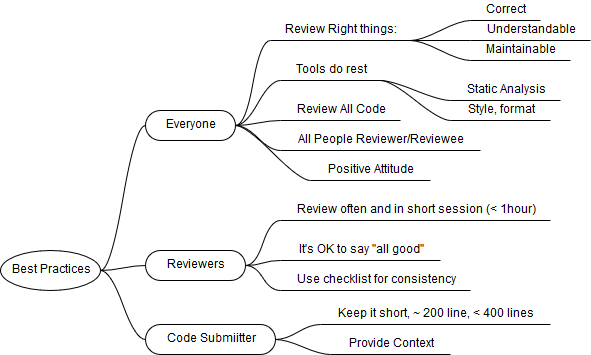
Earlier version of the draw.io export coder/images/codereview.png (kevin-wang-cy/ibala). Source tidied: cells renumbered, new cells last; positions are measured from the earlier drawing's top-left corner, leaving out a move shared by most shapes. Source of this version:
```xml
<mxGraphModel background="#ffffff">
  <root>
    <mxCell id="0" />
    <mxCell id="1" parent="0" />
    <mxCell id="2" value="Best Practices" style="ellipse;whiteSpace=wrap;html=1;align=center;" parent="1" vertex="1">
      <mxGeometry y="250" width="100" height="40" as="geometry" />
    </mxCell>
    <mxCell id="3" value="Everyone" style="whiteSpace=wrap;html=1;rounded=1;arcSize=50;align=center;verticalAlign=middle;strokeWidth=1;spacing=4;" parent="1" vertex="1">
      <mxGeometry x="145" y="110" width="90" height="30" as="geometry" />
    </mxCell>
    <mxCell id="4" style="edgeStyle=entityRelationEdgeStyle;startArrow=none;endArrow=none;segment=10;curved=1;exitX=1;exitY=0.5;" parent="1" edge="1" source="2" target="3">
      <mxGeometry relative="1" as="geometry" />
    </mxCell>
    <mxCell id="5" value="Review Right things:" style="whiteSpace=wrap;html=1;shape=partialRectangle;top=0;left=0;bottom=1;right=0;points=[[0,1],[1,1]];strokeColor=#000000;fillColor=none;align=center;verticalAlign=bottom;routingCenterY=0.5;snapToPoint=1;" parent="1" vertex="1">
      <mxGeometry x="270" y="20" width="140" height="20" as="geometry" />
    </mxCell>
    <mxCell id="6" style="edgeStyle=entityRelationEdgeStyle;startArrow=none;endArrow=none;segment=10;curved=1;exitX=1;exitY=0.5;" parent="1" edge="1" source="3" target="5">
      <mxGeometry relative="1" as="geometry" />
    </mxCell>
    <mxCell id="7" value="Correct" style="whiteSpace=wrap;html=1;shape=partialRectangle;top=0;left=0;bottom=1;right=0;points=[[0,1],[1,1]];strokeColor=#000000;fillColor=none;align=center;verticalAlign=bottom;routingCenterY=0.5;snapToPoint=1;" parent="1" vertex="1">
      <mxGeometry x="470" width="70" height="20" as="geometry" />
    </mxCell>
    <mxCell id="8" style="edgeStyle=entityRelationEdgeStyle;startArrow=none;endArrow=none;segment=10;curved=1;exitX=1;exitY=1;" parent="1" edge="1" source="5" target="7">
      <mxGeometry relative="1" as="geometry" />
    </mxCell>
    <mxCell id="9" value="Understandable" style="whiteSpace=wrap;html=1;shape=partialRectangle;top=0;left=0;bottom=1;right=0;points=[[0,1],[1,1]];strokeColor=#000000;fillColor=none;align=center;verticalAlign=bottom;routingCenterY=0.5;snapToPoint=1;" parent="1" vertex="1">
      <mxGeometry x="470" y="20" width="120" height="20" as="geometry" />
    </mxCell>
    <mxCell id="10" style="edgeStyle=entityRelationEdgeStyle;startArrow=none;endArrow=none;segment=10;curved=1;exitX=1;exitY=1;" parent="1" edge="1" source="5" target="9">
      <mxGeometry relative="1" as="geometry" />
    </mxCell>
    <mxCell id="11" value="Maintainable" style="whiteSpace=wrap;html=1;shape=partialRectangle;top=0;left=0;bottom=1;right=0;points=[[0,1],[1,1]];strokeColor=#000000;fillColor=none;align=center;verticalAlign=bottom;routingCenterY=0.5;snapToPoint=1;" parent="1" vertex="1">
      <mxGeometry x="470" y="40" width="100" height="20" as="geometry" />
    </mxCell>
    <mxCell id="12" style="edgeStyle=entityRelationEdgeStyle;startArrow=none;endArrow=none;segment=10;curved=1;" parent="1" edge="1" source="5" target="11">
      <mxGeometry relative="1" as="geometry" />
    </mxCell>
    <mxCell id="13" value="Tools do rest" style="whiteSpace=wrap;html=1;shape=partialRectangle;top=0;left=0;bottom=1;right=0;points=[[0,1],[1,1]];strokeColor=#000000;fillColor=none;align=center;verticalAlign=bottom;routingCenterY=0.5;snapToPoint=1;" parent="1" vertex="1">
      <mxGeometry x="280" y="60" width="100" height="20" as="geometry" />
    </mxCell>
    <mxCell id="14" style="edgeStyle=entityRelationEdgeStyle;startArrow=none;endArrow=none;segment=10;curved=1;exitX=1;exitY=0.5;" parent="1" edge="1" source="3" target="13">
      <mxGeometry relative="1" as="geometry" />
    </mxCell>
    <mxCell id="15" value="Style, format" style="whiteSpace=wrap;html=1;shape=partialRectangle;top=0;left=0;bottom=1;right=0;points=[[0,1],[1,1]];strokeColor=#000000;fillColor=none;align=center;verticalAlign=bottom;routingCenterY=0.5;snapToPoint=1;" parent="1" vertex="1">
      <mxGeometry x="450" y="100" width="100" height="20" as="geometry" />
    </mxCell>
    <mxCell id="16" style="edgeStyle=entityRelationEdgeStyle;startArrow=none;endArrow=none;segment=10;curved=1;exitX=1;exitY=1;" parent="1" edge="1" source="13" target="15">
      <mxGeometry relative="1" as="geometry" />
    </mxCell>
    <mxCell id="17" value="Static Analysis" style="whiteSpace=wrap;html=1;shape=partialRectangle;top=0;left=0;bottom=1;right=0;points=[[0,1],[1,1]];strokeColor=#000000;fillColor=none;align=center;verticalAlign=bottom;routingCenterY=0.5;snapToPoint=1;" parent="1" vertex="1">
      <mxGeometry x="450" y="80" width="110" height="20" as="geometry" />
    </mxCell>
    <mxCell id="18" style="edgeStyle=entityRelationEdgeStyle;startArrow=none;endArrow=none;segment=10;curved=1;exitX=1;exitY=1;" parent="1" edge="1" source="13" target="17">
      <mxGeometry relative="1" as="geometry" />
    </mxCell>
    <mxCell id="19" value="Review All Code" style="whiteSpace=wrap;html=1;shape=partialRectangle;top=0;left=0;bottom=1;right=0;points=[[0,1],[1,1]];strokeColor=#000000;fillColor=none;align=center;verticalAlign=bottom;routingCenterY=0.5;snapToPoint=1;" parent="1" vertex="1">
      <mxGeometry x="280" y="100" width="120" height="20" as="geometry" />
    </mxCell>
    <mxCell id="20" style="edgeStyle=entityRelationEdgeStyle;startArrow=none;endArrow=none;segment=10;curved=1;exitX=1;exitY=0.5;" parent="1" edge="1" source="3" target="19">
      <mxGeometry relative="1" as="geometry" />
    </mxCell>
    <mxCell id="21" value="All People Reviewer/Reviewee" style="whiteSpace=wrap;html=1;shape=partialRectangle;top=0;left=0;bottom=1;right=0;points=[[0,1],[1,1]];strokeColor=#000000;fillColor=none;align=center;verticalAlign=bottom;routingCenterY=0.5;snapToPoint=1;" parent="1" vertex="1">
      <mxGeometry x="280" y="130" width="200" height="20" as="geometry" />
    </mxCell>
    <mxCell id="22" style="edgeStyle=entityRelationEdgeStyle;startArrow=none;endArrow=none;segment=10;curved=1;exitX=1;exitY=0.5;" parent="1" edge="1" source="3" target="21">
      <mxGeometry relative="1" as="geometry" />
    </mxCell>
    <mxCell id="23" value="Positive Attitude" style="whiteSpace=wrap;html=1;shape=partialRectangle;top=0;left=0;bottom=1;right=0;points=[[0,1],[1,1]];strokeColor=#000000;fillColor=none;align=center;verticalAlign=bottom;routingCenterY=0.5;snapToPoint=1;" parent="1" vertex="1">
      <mxGeometry x="310" y="160" width="120" height="20" as="geometry" />
    </mxCell>
    <mxCell id="24" style="edgeStyle=entityRelationEdgeStyle;startArrow=none;endArrow=none;segment=10;curved=1;exitX=1;exitY=0.5;" parent="1" edge="1" source="3" target="23">
      <mxGeometry relative="1" as="geometry" />
    </mxCell>
    <mxCell id="25" value="Reviewers" style="whiteSpace=wrap;html=1;rounded=1;arcSize=50;align=center;verticalAlign=middle;strokeWidth=1;spacing=4;" parent="1" vertex="1">
      <mxGeometry x="145" y="250" width="100" height="30" as="geometry" />
    </mxCell>
    <mxCell id="26" style="edgeStyle=entityRelationEdgeStyle;startArrow=none;endArrow=none;segment=10;curved=1;exitX=1;exitY=0.5;" parent="1" edge="1" source="2" target="25">
      <mxGeometry relative="1" as="geometry" />
    </mxCell>
    <mxCell id="27" value="Review often and in short session (&amp;lt; 1hour)" style="whiteSpace=wrap;html=1;shape=partialRectangle;top=0;left=0;bottom=1;right=0;points=[[0,1],[1,1]];strokeColor=#000000;fillColor=none;align=center;verticalAlign=bottom;routingCenterY=0.5;snapToPoint=1;" parent="1" vertex="1">
      <mxGeometry x="280" y="200" width="270" height="20" as="geometry" />
    </mxCell>
    <mxCell id="28" style="edgeStyle=entityRelationEdgeStyle;startArrow=none;endArrow=none;segment=10;curved=1;exitX=1;exitY=0.5;" parent="1" edge="1" source="25" target="27">
      <mxGeometry relative="1" as="geometry" />
    </mxCell>
    <mxCell id="29" value="It's OK to say &quot;all good&quot;" style="whiteSpace=wrap;html=1;shape=partialRectangle;top=0;left=0;bottom=1;right=0;points=[[0,1],[1,1]];strokeColor=#000000;fillColor=none;align=center;verticalAlign=bottom;routingCenterY=0.5;snapToPoint=1;" parent="1" vertex="1">
      <mxGeometry x="280" y="240" width="160" height="20" as="geometry" />
    </mxCell>
    <mxCell id="30" style="edgeStyle=entityRelationEdgeStyle;startArrow=none;endArrow=none;segment=10;curved=1;exitX=1;exitY=0.5;" parent="1" edge="1" source="25" target="29">
      <mxGeometry relative="1" as="geometry" />
    </mxCell>
    <mxCell id="31" value="Use checklist for consistency" style="whiteSpace=wrap;html=1;shape=partialRectangle;top=0;left=0;bottom=1;right=0;points=[[0,1],[1,1]];strokeColor=#000000;fillColor=none;align=center;verticalAlign=bottom;routingCenterY=0.5;snapToPoint=1;" parent="1" vertex="1">
      <mxGeometry x="280" y="270" width="190" height="20" as="geometry" />
    </mxCell>
    <mxCell id="32" style="edgeStyle=entityRelationEdgeStyle;startArrow=none;endArrow=none;segment=10;curved=1;exitX=1;exitY=0.5;" parent="1" edge="1" source="25" target="31">
      <mxGeometry relative="1" as="geometry" />
    </mxCell>
    <mxCell id="33" value="Code Submiitter" style="whiteSpace=wrap;html=1;rounded=1;arcSize=50;align=center;verticalAlign=middle;strokeWidth=1;spacing=4;" parent="1" vertex="1">
      <mxGeometry x="145" y="324" width="130" height="30" as="geometry" />
    </mxCell>
    <mxCell id="34" style="edgeStyle=entityRelationEdgeStyle;startArrow=none;endArrow=none;segment=10;curved=1;exitX=1;exitY=0.5;" parent="1" edge="1" source="2" target="33">
      <mxGeometry relative="1" as="geometry" />
    </mxCell>
    <mxCell id="35" value="Keep it short, ~ 200 line, &amp;lt; 400 lines" style="whiteSpace=wrap;html=1;shape=partialRectangle;top=0;left=0;bottom=1;right=0;points=[[0,1],[1,1]];strokeColor=#000000;fillColor=none;align=center;verticalAlign=bottom;routingCenterY=0.5;snapToPoint=1;" parent="1" vertex="1">
      <mxGeometry x="320" y="304" width="230" height="20" as="geometry" />
    </mxCell>
    <mxCell id="36" style="edgeStyle=entityRelationEdgeStyle;startArrow=none;endArrow=none;segment=10;curved=1;exitX=1;exitY=0.5;" parent="1" edge="1" source="33" target="35">
      <mxGeometry relative="1" as="geometry" />
    </mxCell>
    <mxCell id="37" value="Provide Context" style="whiteSpace=wrap;html=1;shape=partialRectangle;top=0;left=0;bottom=1;right=0;points=[[0,1],[1,1]];strokeColor=#000000;fillColor=none;align=center;verticalAlign=bottom;routingCenterY=0.5;snapToPoint=1;" parent="1" vertex="1">
      <mxGeometry x="330" y="334" width="120" height="20" as="geometry" />
    </mxCell>
    <mxCell id="38" style="edgeStyle=entityRelationEdgeStyle;startArrow=none;endArrow=none;segment=10;curved=1;exitX=1;exitY=0.5;" parent="1" edge="1" source="33" target="37">
      <mxGeometry relative="1" as="geometry" />
    </mxCell>
  </root>
</mxGraphModel>
```
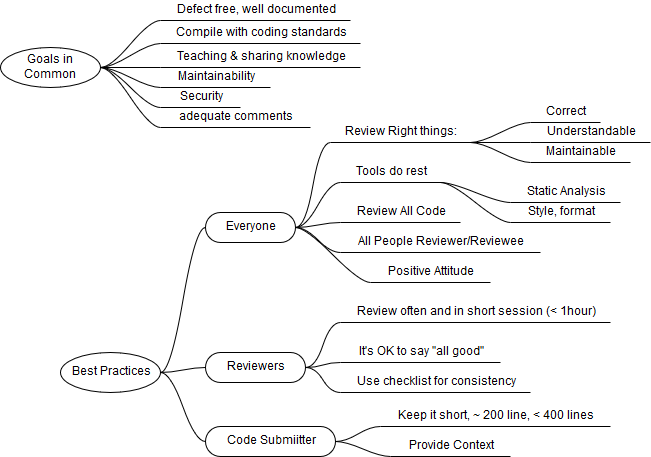
The same diagram one commit later.

The edit, as a diff of the source:
```diff
@@ -113,5 +113,44 @@
     <mxCell id="38" style="edgeStyle=entityRelationEdgeStyle;startArrow=none;endArrow=none;segment=10;curved=1;exitX=1;exitY=0.5;" parent="1" edge="1" source="33" target="37">
       <mxGeometry relative="1" as="geometry" />
     </mxCell>
+    <mxCell id="39" value="Goals in Common" style="ellipse;whiteSpace=wrap;html=1;align=center;" parent="1" vertex="1">
+      <mxGeometry x="-60" y="-55" width="100" height="40" as="geometry" />
+    </mxCell>
+    <mxCell id="40" value="Defect free, well documented " style="whiteSpace=wrap;html=1;shape=partialRectangle;top=0;left=0;bottom=1;right=0;points=[[0,1],[1,1]];strokeColor=#000000;fillColor=none;align=center;verticalAlign=bottom;routingCenterY=0.5;snapToPoint=1;" parent="1" vertex="1">
+      <mxGeometry x="100" y="-102" width="190" height="20" as="geometry" />
+    </mxCell>
+    <mxCell id="41" style="edgeStyle=entityRelationEdgeStyle;startArrow=none;endArrow=none;segment=10;curved=1;exitX=1;exitY=0.5;" parent="1" edge="1" source="39" target="40">
+      <mxGeometry relative="1" as="geometry" />
+    </mxCell>
+    <mxCell id="42" value="Compile with coding standards" style="whiteSpace=wrap;html=1;shape=partialRectangle;top=0;left=0;bottom=1;right=0;points=[[0,1],[1,1]];strokeColor=#000000;fillColor=none;align=center;verticalAlign=bottom;routingCenterY=0.5;snapToPoint=1;" parent="1" vertex="1">
+      <mxGeometry x="100" y="-79" width="200" height="20" as="geometry" />
+    </mxCell>
+    <mxCell id="43" style="edgeStyle=entityRelationEdgeStyle;startArrow=none;endArrow=none;segment=10;curved=1;exitX=1;exitY=0.5;" parent="1" edge="1" source="39" target="42">
+      <mxGeometry relative="1" as="geometry" />
+    </mxCell>
+    <mxCell id="44" value="Teaching &amp;amp; sharing knowledge" style="whiteSpace=wrap;html=1;shape=partialRectangle;top=0;left=0;bottom=1;right=0;points=[[0,1],[1,1]];strokeColor=#000000;fillColor=none;align=center;verticalAlign=bottom;routingCenterY=0.5;snapToPoint=1;" parent="1" vertex="1">
+      <mxGeometry x="100" y="-55" width="200" height="20" as="geometry" />
+    </mxCell>
+    <mxCell id="45" style="edgeStyle=entityRelationEdgeStyle;startArrow=none;endArrow=none;segment=10;curved=1;exitX=1;exitY=0.5;" parent="1" edge="1" source="39" target="44">
+      <mxGeometry relative="1" as="geometry" />
+    </mxCell>
+    <mxCell id="46" value="Maintainability" style="whiteSpace=wrap;html=1;shape=partialRectangle;top=0;left=0;bottom=1;right=0;points=[[0,1],[1,1]];strokeColor=#000000;fillColor=none;align=center;verticalAlign=bottom;routingCenterY=0.5;snapToPoint=1;" parent="1" vertex="1">
+      <mxGeometry x="100" y="-35" width="110" height="20" as="geometry" />
+    </mxCell>
+    <mxCell id="47" style="edgeStyle=entityRelationEdgeStyle;startArrow=none;endArrow=none;segment=10;curved=1;exitX=1;exitY=0.5;" parent="1" edge="1" source="39" target="46">
+      <mxGeometry relative="1" as="geometry" />
+    </mxCell>
+    <mxCell id="48" value="Security" style="whiteSpace=wrap;html=1;shape=partialRectangle;top=0;left=0;bottom=1;right=0;points=[[0,1],[1,1]];strokeColor=#000000;fillColor=none;align=center;verticalAlign=bottom;routingCenterY=0.5;snapToPoint=1;" parent="1" vertex="1">
+      <mxGeometry x="100" y="-15" width="80" height="20" as="geometry" />
+    </mxCell>
+    <mxCell id="49" style="edgeStyle=entityRelationEdgeStyle;startArrow=none;endArrow=none;segment=10;curved=1;exitX=1;exitY=0.5;" parent="1" edge="1" source="39" target="48">
+      <mxGeometry relative="1" as="geometry" />
+    </mxCell>
+    <mxCell id="50" value="adequate comments" style="whiteSpace=wrap;html=1;shape=partialRectangle;top=0;left=0;bottom=1;right=0;points=[[0,1],[1,1]];strokeColor=#000000;fillColor=none;align=center;verticalAlign=bottom;routingCenterY=0.5;snapToPoint=1;" parent="1" vertex="1">
+      <mxGeometry x="100" y="5" width="150" height="20" as="geometry" />
+    </mxCell>
+    <mxCell id="51" style="edgeStyle=entityRelationEdgeStyle;startArrow=none;endArrow=none;segment=10;curved=1;exitX=1;exitY=0.5;" parent="1" edge="1" source="39" target="50">
+      <mxGeometry relative="1" as="geometry" />
+    </mxCell>
   </root>
 </mxGraphModel>
```
